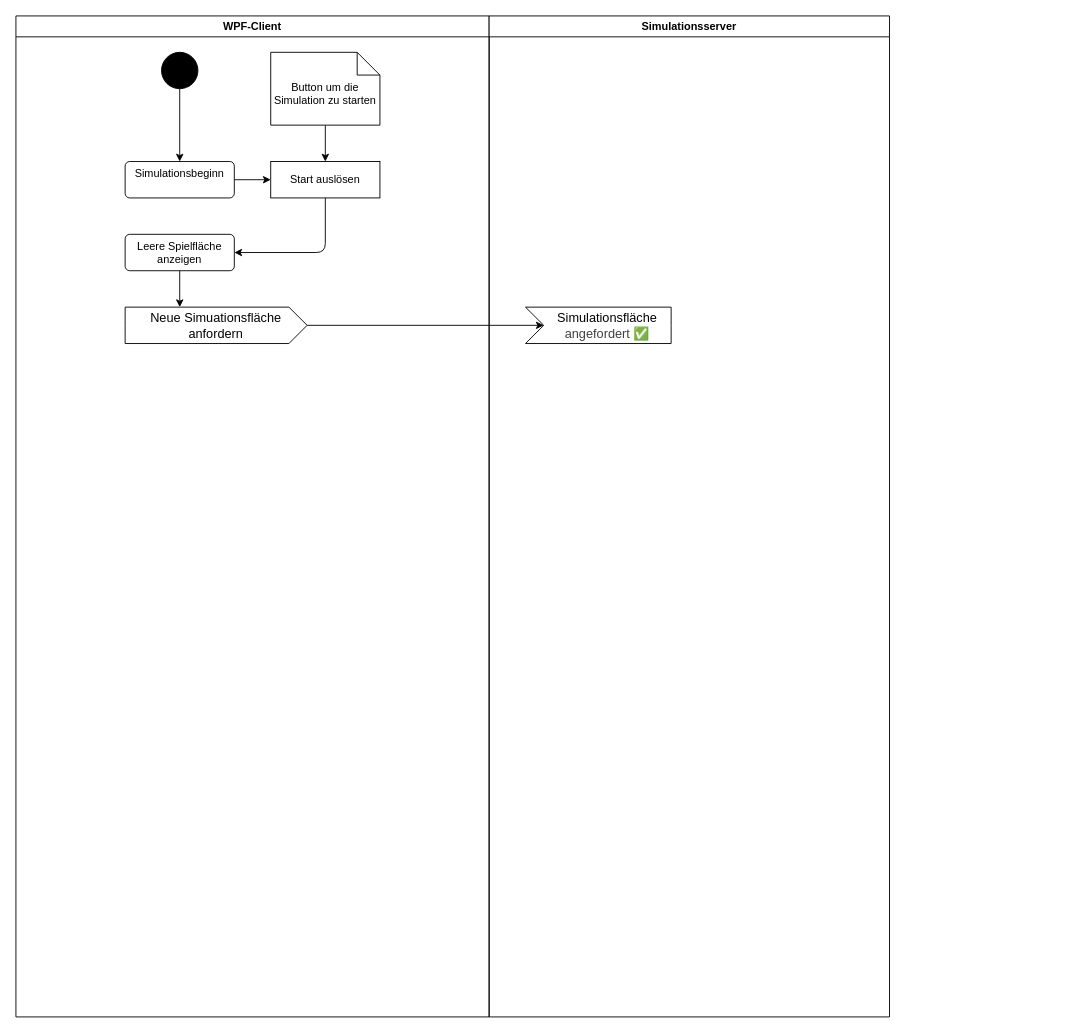
Above: aktivitätsdiagramm.drawio in RubeldiRubelda/WPFsimulation (draw.io), before the change. Source tidied: cells renumbered, new cells numbered last; positions are measured from the earlier drawing's top-left corner, leaving out a move shared by most shapes. Both pictures are drawn from the tidied source at 91%, with x=0, y=0 at pixel (15, 15).
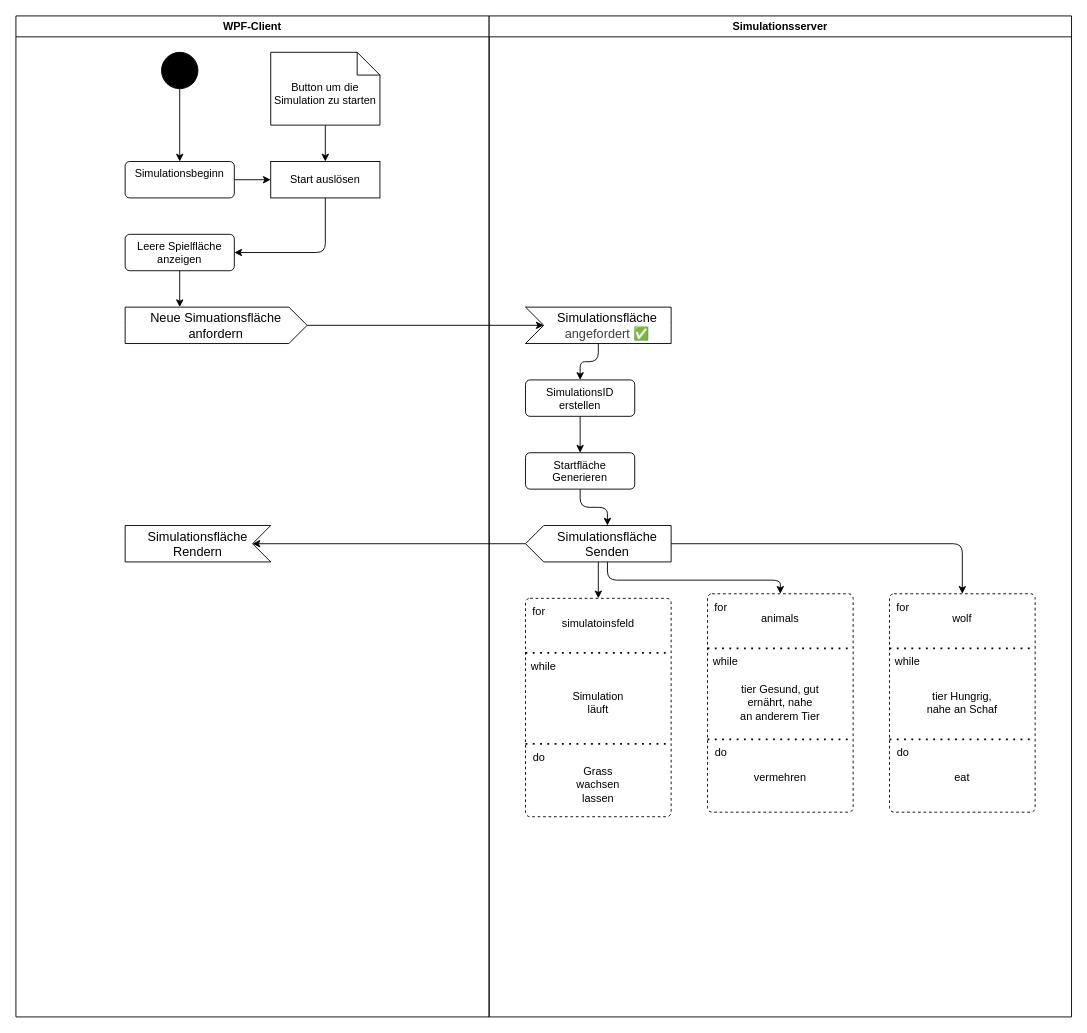
Above is the later version.

Unchanged cells that the change refers to:
```xml
<mxCell id="18" style="html=1;shape=mxgraph.infographic.ribbonSimple;notch1=20;notch2=0;align=center;verticalAlign=middle;fontSize=14;fontStyle=0;flipH=1;fillColor=#FFFFFF;whiteSpace=wrap;legacyAnchorPoints=0;rotation=-180;" parent="17" vertex="1">
  <mxGeometry width="160" height="40" as="geometry" />
</mxCell>
```

Change to the diagram source:
```diff
@@
+    <mxCell id="21" style="html=1;align=center;verticalAlign=top;rounded=1;absoluteArcSize=1;arcSize=10;dashed=1;whiteSpace=wrap;" parent="1" vertex="1">
+      <mxGeometry x="560" y="640" width="160" height="240" as="geometry" />
+    </mxCell>
@@
     <mxCell id="14" value="Simulationsserver" style="swimlane;whiteSpace=wrap;html=1;startSize=23;" parent="1" vertex="1">
-      <mxGeometry x="520" width="440" height="1100" as="geometry" />
+      <mxGeometry x="520" width="640" height="1100" as="geometry" />
     </mxCell>
@@
+    <mxCell id="22" style="edgeStyle=none;html=1;entryX=0.5;entryY=0;entryDx=0;entryDy=0;" parent="14" edge="1" source="18" target="24">
+      <mxGeometry x="0.33" relative="1" as="geometry">
+        <Array as="points">
+          <mxPoint x="120" y="380" />
+          <mxPoint x="100" y="380" />
+        </Array>
+      </mxGeometry>
+    </mxCell>
+    <mxCell id="23" style="edgeStyle=none;html=1;entryX=0.5;entryY=0;entryDx=0;entryDy=0;" parent="14" edge="1" source="24" target="30">
+      <mxGeometry relative="1" as="geometry" />
+    </mxCell>
+    <mxCell id="24" value="SimulationsID erstellen" style="html=1;align=center;verticalAlign=top;rounded=1;absoluteArcSize=1;arcSize=10;dashed=0;whiteSpace=wrap;" parent="14" vertex="1">
+      <mxGeometry x="40" y="400" width="120" height="40" as="geometry" />
+    </mxCell>
+    <mxCell id="25" style="group;rotation=-180;" parent="14" vertex="1">
+      <mxGeometry x="-400" y="530" width="160" height="40" as="geometry" />
+    </mxCell>
+    <mxCell id="26" style="edgeStyle=none;html=1;exitX=0;exitY=0;exitDx=70;exitDy=0;exitPerimeter=0;entryX=0.5;entryY=0;entryDx=0;entryDy=0;" parent="14" edge="1" source="27" target="35">
+      <mxGeometry relative="1" as="geometry">
+        <Array as="points">
+          <mxPoint x="130" y="620" />
+          <mxPoint x="320" y="620" />
+        </Array>
+      </mxGeometry>
+    </mxCell>
+    <mxCell id="27" style="html=1;shape=mxgraph.infographic.ribbonSimple;notch1=0;notch2=20;align=center;verticalAlign=middle;fontSize=14;fontStyle=0;fillColor=#FFFFFF;whiteSpace=wrap;rotation=-180;" parent="14" vertex="1">
+      <mxGeometry x="40" y="560" width="160" height="40" as="geometry" />
+    </mxCell>
+    <mxCell id="28" value="&lt;span style=&quot;font-size: 14px;&quot;&gt;Simulationsfläche Senden&lt;/span&gt;" style="text;html=1;whiteSpace=wrap;strokeColor=none;fillColor=none;align=center;verticalAlign=middle;rounded=0;" parent="14" vertex="1">
+      <mxGeometry x="100" y="565" width="60" height="30" as="geometry" />
+    </mxCell>
+    <mxCell id="29" style="edgeStyle=none;html=1;entryX=0;entryY=0;entryDx=70;entryDy=40;entryPerimeter=0;" parent="14" edge="1" source="30" target="27">
+      <mxGeometry relative="1" as="geometry">
+        <Array as="points">
+          <mxPoint x="100" y="540" />
+          <mxPoint x="130" y="540" />
+        </Array>
+      </mxGeometry>
+    </mxCell>
+    <mxCell id="30" value="Startfläche Generieren" style="html=1;align=center;verticalAlign=top;rounded=1;absoluteArcSize=1;arcSize=10;dashed=0;whiteSpace=wrap;" parent="14" vertex="1">
+      <mxGeometry x="40" y="480" width="120" height="40" as="geometry" />
+    </mxCell>
+    <mxCell id="31" style="edgeStyle=none;html=1;entryX=0;entryY=0;entryDx=20;entryDy=20;entryPerimeter=0;" parent="14" edge="1" source="27" target="32">
+      <mxGeometry relative="1" as="geometry" />
+    </mxCell>
+    <mxCell id="32" value="Simulationsfläche Rendern" style="html=1;shape=mxgraph.infographic.ribbonSimple;notch1=20;notch2=0;align=center;verticalAlign=middle;fontSize=14;fontStyle=0;flipH=1;fillColor=#FFFFFF;whiteSpace=wrap;legacyAnchorPoints=0;rotation=-360;" parent="14" vertex="1">
+      <mxGeometry x="-400" y="560" width="160" height="40" as="geometry" />
+    </mxCell>
+    <mxCell id="33" value="Simulation läuft" style="text;html=1;whiteSpace=wrap;strokeColor=none;fillColor=none;align=center;verticalAlign=middle;rounded=0;" parent="14" vertex="1">
+      <mxGeometry x="90" y="740" width="60" height="30" as="geometry" />
+    </mxCell>
+    <mxCell id="34" value="Grass wachsen lassen" style="text;html=1;whiteSpace=wrap;strokeColor=none;fillColor=none;align=center;verticalAlign=middle;rounded=0;" parent="14" vertex="1">
+      <mxGeometry x="90" y="830" width="60" height="30" as="geometry" />
+    </mxCell>
+    <mxCell id="35" style="html=1;align=center;verticalAlign=top;rounded=1;absoluteArcSize=1;arcSize=10;dashed=1;whiteSpace=wrap;" parent="14" vertex="1">
+      <mxGeometry x="240" y="635" width="160" height="240" as="geometry" />
+    </mxCell>
+    <mxCell id="36" value="tier Gesund, gut ernährt, nahe an anderem Tier" style="text;html=1;whiteSpace=wrap;strokeColor=none;fillColor=none;align=center;verticalAlign=middle;rounded=0;" parent="14" vertex="1">
+      <mxGeometry x="275" y="740" width="90" height="30" as="geometry" />
+    </mxCell>
+    <mxCell id="37" style="endArrow=none;dashed=1;html=1;dashPattern=1 3;strokeWidth=2;entryX=1;entryY=0.25;entryDx=0;entryDy=0;exitX=0;exitY=0.25;exitDx=0;exitDy=0;" parent="14" edge="1" source="35" target="35">
+      <mxGeometry relative="1" as="geometry" />
+    </mxCell>
+    <mxCell id="38" style="endArrow=none;dashed=1;html=1;dashPattern=1 3;strokeWidth=2;entryX=1;entryY=0.75;entryDx=0;entryDy=0;exitX=0;exitY=0.75;exitDx=0;exitDy=0;" parent="14" edge="1">
+      <mxGeometry relative="1" as="geometry">
+        <mxPoint x="240" y="795" as="sourcePoint" />
+        <mxPoint x="400" y="795" as="targetPoint" />
+      </mxGeometry>
+    </mxCell>
+    <mxCell id="39" value="for" style="text;html=1;whiteSpace=wrap;strokeColor=none;fillColor=none;align=center;verticalAlign=middle;rounded=0;" parent="14" vertex="1">
+      <mxGeometry x="240" y="635" width="30" height="30" as="geometry" />
+    </mxCell>
+    <mxCell id="40" value="while" style="text;html=1;whiteSpace=wrap;strokeColor=none;fillColor=none;align=center;verticalAlign=middle;rounded=0;" parent="14" vertex="1">
+      <mxGeometry x="240" y="695" width="40" height="30" as="geometry" />
+    </mxCell>
+    <mxCell id="41" value="do" style="text;html=1;whiteSpace=wrap;strokeColor=none;fillColor=none;align=center;verticalAlign=middle;rounded=0;" parent="14" vertex="1">
+      <mxGeometry x="240" y="795" width="30" height="30" as="geometry" />
+    </mxCell>
+    <mxCell id="42" value="animals" style="text;html=1;whiteSpace=wrap;strokeColor=none;fillColor=none;align=center;verticalAlign=middle;rounded=0;" parent="14" vertex="1">
+      <mxGeometry x="290" y="648" width="60" height="30" as="geometry" />
+    </mxCell>
+    <mxCell id="43" value="vermehren" style="text;html=1;whiteSpace=wrap;strokeColor=none;fillColor=none;align=center;verticalAlign=middle;rounded=0;" parent="14" vertex="1">
+      <mxGeometry x="290" y="822" width="60" height="30" as="geometry" />
+    </mxCell>
+    <mxCell id="44" style="html=1;align=center;verticalAlign=top;rounded=1;absoluteArcSize=1;arcSize=10;dashed=1;whiteSpace=wrap;" parent="14" vertex="1">
+      <mxGeometry x="440" y="635" width="160" height="240" as="geometry" />
+    </mxCell>
+    <mxCell id="45" value="tier Hungrig, nahe an Schaf" style="text;html=1;whiteSpace=wrap;strokeColor=none;fillColor=none;align=center;verticalAlign=middle;rounded=0;" parent="14" vertex="1">
+      <mxGeometry x="475" y="740" width="90" height="30" as="geometry" />
+    </mxCell>
+    <mxCell id="46" style="endArrow=none;dashed=1;html=1;dashPattern=1 3;strokeWidth=2;entryX=1;entryY=0.25;entryDx=0;entryDy=0;exitX=0;exitY=0.25;exitDx=0;exitDy=0;" parent="14" edge="1" source="44" target="44">
+      <mxGeometry relative="1" as="geometry" />
+    </mxCell>
+    <mxCell id="47" style="endArrow=none;dashed=1;html=1;dashPattern=1 3;strokeWidth=2;entryX=1;entryY=0.75;entryDx=0;entryDy=0;exitX=0;exitY=0.75;exitDx=0;exitDy=0;" parent="14" edge="1">
+      <mxGeometry relative="1" as="geometry">
+        <mxPoint x="440" y="795" as="sourcePoint" />
+        <mxPoint x="600" y="795" as="targetPoint" />
+      </mxGeometry>
+    </mxCell>
+    <mxCell id="48" value="for" style="text;html=1;whiteSpace=wrap;strokeColor=none;fillColor=none;align=center;verticalAlign=middle;rounded=0;" parent="14" vertex="1">
+      <mxGeometry x="440" y="635" width="30" height="30" as="geometry" />
+    </mxCell>
+    <mxCell id="49" value="while" style="text;html=1;whiteSpace=wrap;strokeColor=none;fillColor=none;align=center;verticalAlign=middle;rounded=0;" parent="14" vertex="1">
+      <mxGeometry x="440" y="695" width="40" height="30" as="geometry" />
+    </mxCell>
+    <mxCell id="50" value="do" style="text;html=1;whiteSpace=wrap;strokeColor=none;fillColor=none;align=center;verticalAlign=middle;rounded=0;" parent="14" vertex="1">
+      <mxGeometry x="440" y="795" width="30" height="30" as="geometry" />
+    </mxCell>
+    <mxCell id="51" value="wolf" style="text;html=1;whiteSpace=wrap;strokeColor=none;fillColor=none;align=center;verticalAlign=middle;rounded=0;" parent="14" vertex="1">
+      <mxGeometry x="490" y="648" width="60" height="30" as="geometry" />
+    </mxCell>
+    <mxCell id="52" value="eat" style="text;html=1;whiteSpace=wrap;strokeColor=none;fillColor=none;align=center;verticalAlign=middle;rounded=0;" parent="14" vertex="1">
+      <mxGeometry x="490" y="822" width="60" height="30" as="geometry" />
+    </mxCell>
+    <mxCell id="53" style="edgeStyle=none;html=1;entryX=0.5;entryY=0;entryDx=0;entryDy=0;exitX=0;exitY=0;exitDx=0;exitDy=20;exitPerimeter=0;" parent="14" edge="1" source="27" target="44">
+      <mxGeometry x="-0.1" relative="1" as="geometry">
+        <Array as="points">
+          <mxPoint x="520" y="580" />
+        </Array>
+      </mxGeometry>
+    </mxCell>
@@
+    <mxCell id="54" style="endArrow=none;dashed=1;html=1;dashPattern=1 3;strokeWidth=2;entryX=1;entryY=0.25;entryDx=0;entryDy=0;exitX=0;exitY=0.25;exitDx=0;exitDy=0;" parent="1" edge="1" source="21" target="21">
+      <mxGeometry relative="1" as="geometry" />
+    </mxCell>
+    <mxCell id="55" style="endArrow=none;dashed=1;html=1;dashPattern=1 3;strokeWidth=2;entryX=1;entryY=0.75;entryDx=0;entryDy=0;exitX=0;exitY=0.75;exitDx=0;exitDy=0;" parent="1" edge="1">
+      <mxGeometry relative="1" as="geometry">
+        <mxPoint x="560" y="800" as="sourcePoint" />
+        <mxPoint x="720" y="800" as="targetPoint" />
+      </mxGeometry>
+    </mxCell>
+    <mxCell id="56" value="for" style="text;html=1;whiteSpace=wrap;strokeColor=none;fillColor=none;align=center;verticalAlign=middle;rounded=0;" parent="1" vertex="1">
+      <mxGeometry x="560" y="640" width="30" height="30" as="geometry" />
+    </mxCell>
+    <mxCell id="57" value="while" style="text;html=1;whiteSpace=wrap;strokeColor=none;fillColor=none;align=center;verticalAlign=middle;rounded=0;" parent="1" vertex="1">
+      <mxGeometry x="560" y="700" width="40" height="30" as="geometry" />
+    </mxCell>
+    <mxCell id="58" value="do" style="text;html=1;whiteSpace=wrap;strokeColor=none;fillColor=none;align=center;verticalAlign=middle;rounded=0;" parent="1" vertex="1">
+      <mxGeometry x="560" y="800" width="30" height="30" as="geometry" />
+    </mxCell>
+    <mxCell id="59" style="edgeStyle=none;html=1;entryX=0.5;entryY=0;entryDx=0;entryDy=0;" parent="1" edge="1" target="21">
+      <mxGeometry relative="1" as="geometry">
+        <mxPoint x="640" y="600" as="sourcePoint" />
+      </mxGeometry>
+    </mxCell>
+    <mxCell id="60" value="simulatoinsfeld" style="text;html=1;whiteSpace=wrap;strokeColor=none;fillColor=none;align=center;verticalAlign=middle;rounded=0;" parent="1" vertex="1">
+      <mxGeometry x="610" y="653" width="60" height="30" as="geometry" />
+    </mxCell>
```
